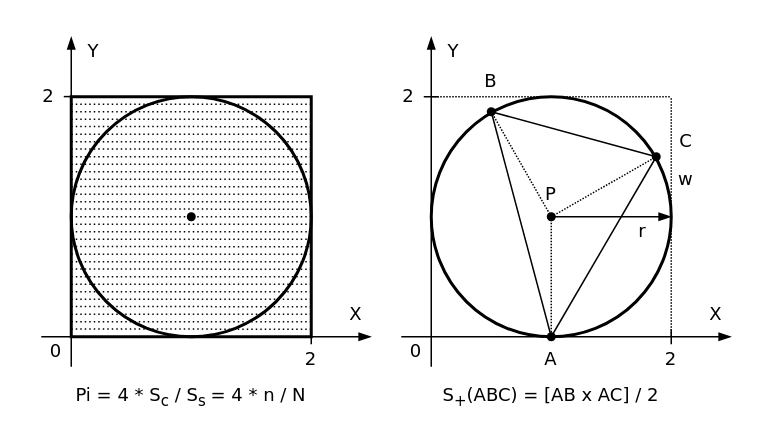
Before: projects/examples/source/section_09/random_generation.drawio in i-s-m-mipt/Education, a draw.io diagram. Source tidied: cells renumbered, new cells numbered last; positions are measured from the earlier drawing's top-left corner, leaving out a move shared by most shapes. Both pictures are drawn from the tidied source at 150%, with x=0, y=0 at pixel (26, 36).
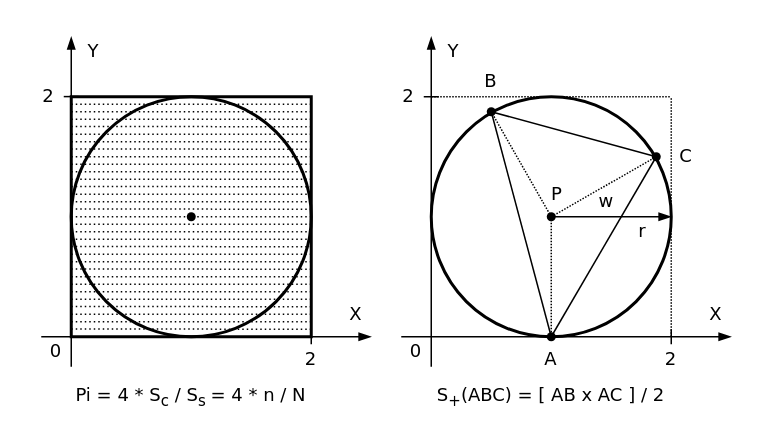
The same page after the edit.

Commit message (it also covers changes not shown here):
Обновлена схема random_generation.

What changed in the source:
```diff
@@
     <mxCell id="16" value="&lt;font face=&quot;Verdana&quot;&gt;P&lt;/font&gt;" style="text;html=1;align=center;verticalAlign=middle;whiteSpace=wrap;rounded=0;" parent="1" vertex="1">
-      <mxGeometry x="340" y="90" width="20" height="30" as="geometry" />
+      <mxGeometry x="344" y="90" width="20" height="30" as="geometry" />
     </mxCell>
@@
     <mxCell id="62" value="&lt;font face=&quot;Verdana&quot;&gt;C&lt;/font&gt;" style="text;html=1;align=center;verticalAlign=middle;whiteSpace=wrap;rounded=0;" parent="1" vertex="1">
-      <mxGeometry x="430" y="60" width="19.5" height="20" as="geometry" />
+      <mxGeometry x="430" y="70" width="20" height="20" as="geometry" />
     </mxCell>
@@
     <mxCell id="67" value="&lt;font face=&quot;Verdana&quot;&gt;w&lt;/font&gt;" style="text;html=1;align=center;verticalAlign=middle;whiteSpace=wrap;rounded=0;" parent="1" vertex="1">
-      <mxGeometry x="430" y="85" width="19.5" height="20" as="geometry" />
+      <mxGeometry x="377" y="100" width="20" height="20" as="geometry" />
     </mxCell>
-    <mxCell id="68" value="&lt;font face=&quot;Verdana&quot;&gt;S&lt;sub&gt;+&lt;/sub&gt;(ABC) = [AB x AC] / 2&lt;/font&gt;" style="text;html=1;align=center;verticalAlign=middle;whiteSpace=wrap;rounded=0;" parent="1" vertex="1">
+    <mxCell id="68" value="&lt;font face=&quot;Verdana&quot;&gt;S&lt;sub&gt;+&lt;/sub&gt;(ABC) = [ AB x AC ] / 2&lt;/font&gt;" style="text;html=1;align=center;verticalAlign=middle;whiteSpace=wrap;rounded=0;" parent="1" vertex="1">
       <mxGeometry x="250" y="230" width="200" height="20" as="geometry" />
     </mxCell>
```
